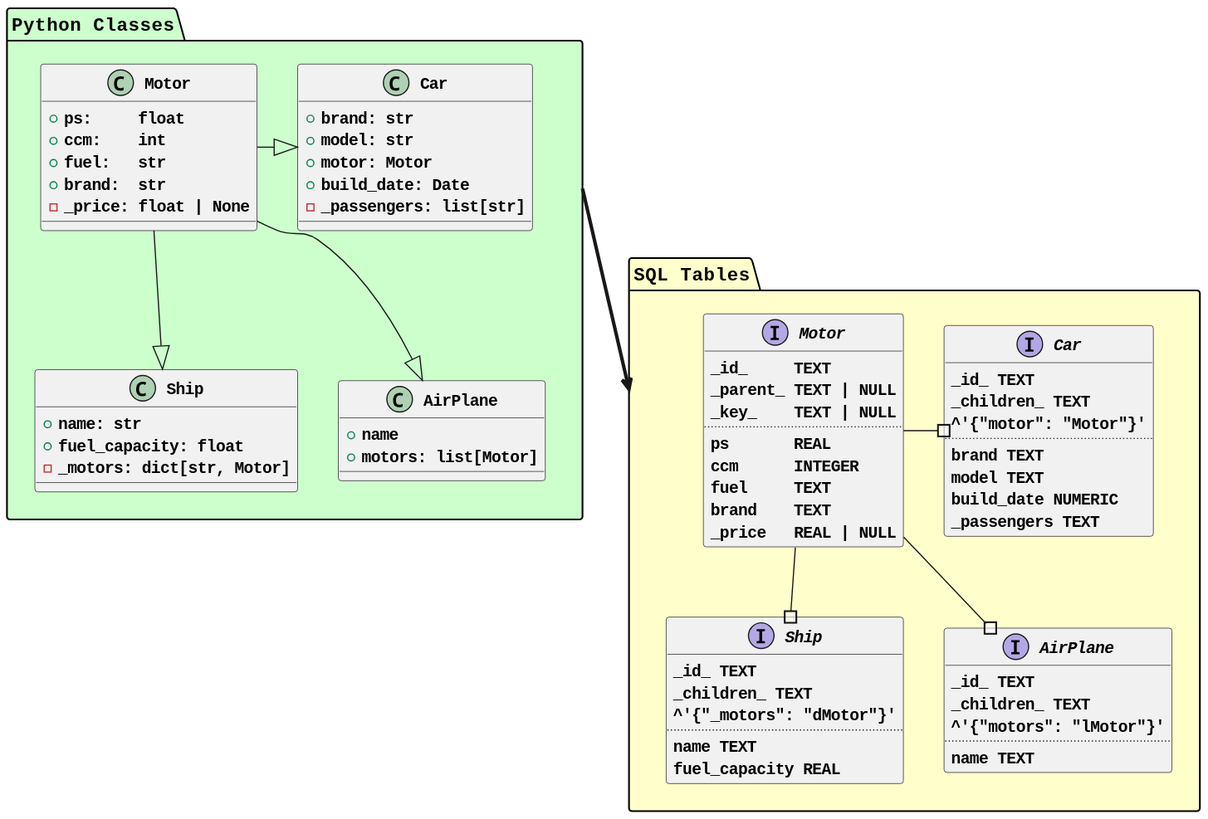
NeoSecundus/PyODB keeps this PlantUML diagram as docs/img/conversion_example.svg. Above is the earlier version. The source it was exported from:
```plantuml
@startuml conversion_example

skinparam {
    DefaultFontName monospaced
    BackgroundColor #ffffff80
    ClassStereotypeFontStyle bold
    ClassFontStyle bold
    TitleFontSize 16
}

package "Python Classes" as Python #cfc {
    class Car {
        + brand: str
        + model: str
        + motor: Motor
        + build_date: Date
        - _passengers: list[str]
    }

    class Ship {
        + name: str
        + fuel_capacity: float
        - _motors: dict[str, Motor]
    }

    class AirPlane {
        + name
        + motors: list[Motor]
    }

    class Motor {
        + ps:     float
        + ccm:    int
        + fuel:   str
        + brand:  str
        - _price: float | None
    }

    Motor -right-|> Car
    Motor --|> Ship
    Motor --|> AirPlane
}

package "SQL Tables" as SQL #ffc {
    interface "Car" as TCar {
        _id_ TEXT
        _children_ TEXT
            ^'{"motor": "Motor"}'
        ..
        brand TEXT
        model TEXT
        build_date NUMERIC
        _passengers TEXT
    }

    interface "Ship" as TShip {
        _id_ TEXT
        _children_ TEXT
            ^'{"_motors": "dMotor"}'
        ..
        name TEXT
        fuel_capacity REAL
    }

    interface "AirPlane" as TAirPlane {
        _id_ TEXT
        _children_ TEXT
            ^'{"motors": "lMotor"}'
        ..
        name TEXT
    }

    interface "Motor" as TMotor {
        _id_     TEXT
        _parent_ TEXT | NULL
        _key_    TEXT | NULL
        ..
        ps       REAL
        ccm      INTEGER
        fuel     TEXT
        brand    TEXT
        _price   REAL | NULL
    }

    TMotor -right-# TCar
    TMotor --# TShip
    TMotor --# TAirPlane
}

Python -[thickness=3]up-> SQL

@enduml
```
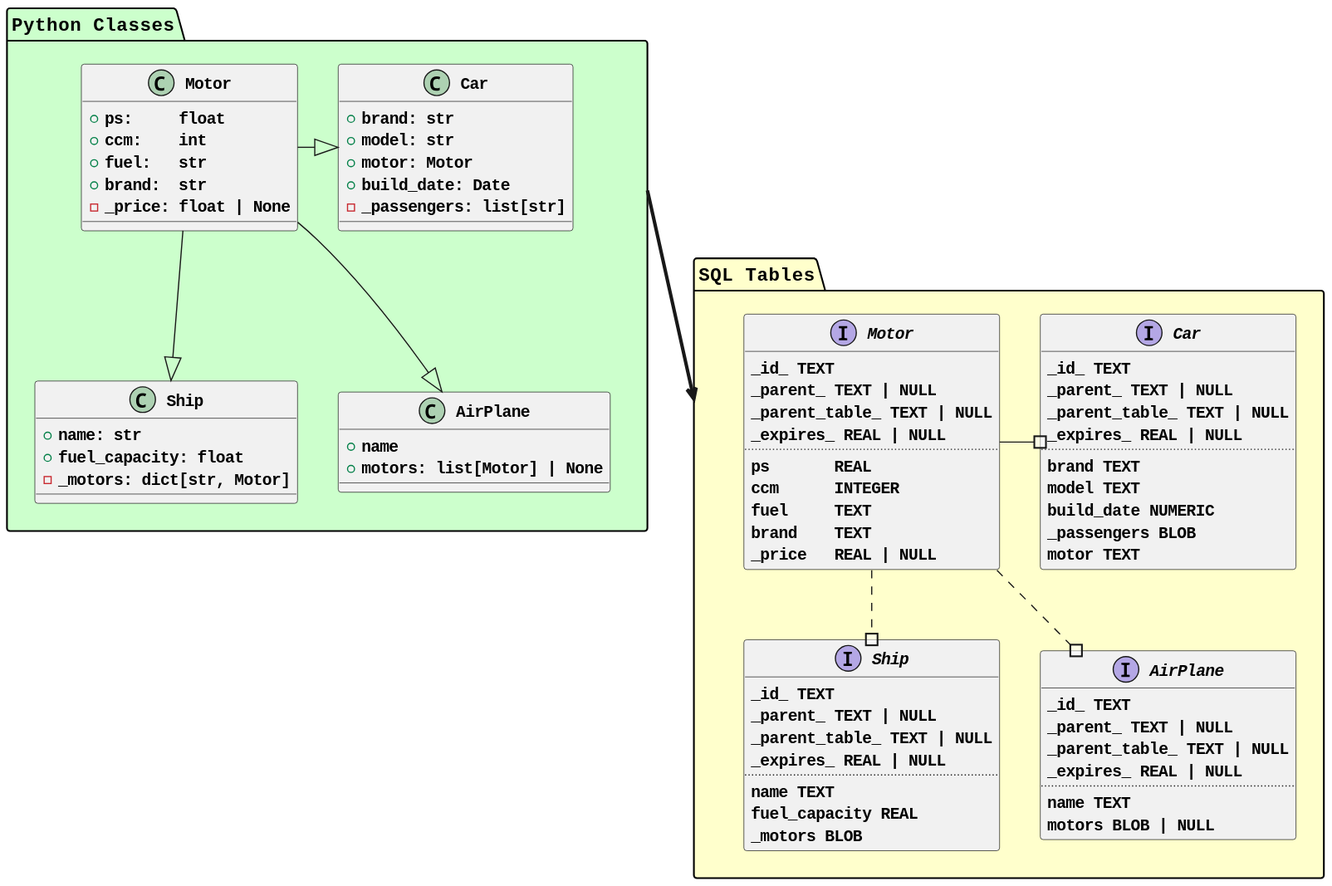
Later version of the same file.

What changed in the source:
```diff
@@ -25,7 +25,7 @@
 
     class AirPlane {
         + name
-        + motors: list[Motor]
+        + motors: list[Motor] | None
     }
 
     class Motor {
@@ -44,36 +44,43 @@
 package "SQL Tables" as SQL #ffc {
     interface "Car" as TCar {
         _id_ TEXT
-        _children_ TEXT
-            ^'{"motor": "Motor"}'
+        _parent_ TEXT | NULL
+        _parent_table_ TEXT | NULL
+        _expires_ REAL | NULL
         ..
         brand TEXT
         model TEXT
         build_date NUMERIC
-        _passengers TEXT
+        _passengers BLOB
+        motor TEXT
     }
 
     interface "Ship" as TShip {
         _id_ TEXT
-        _children_ TEXT
-            ^'{"_motors": "dMotor"}'
+        _parent_ TEXT | NULL
+        _parent_table_ TEXT | NULL
+        _expires_ REAL | NULL
         ..
         name TEXT
         fuel_capacity REAL
+        _motors BLOB
     }
 
     interface "AirPlane" as TAirPlane {
         _id_ TEXT
-        _children_ TEXT
-            ^'{"motors": "lMotor"}'
+        _parent_ TEXT | NULL
+        _parent_table_ TEXT | NULL
+        _expires_ REAL | NULL
         ..
         name TEXT
+        motors BLOB | NULL
     }
 
     interface "Motor" as TMotor {
-        _id_     TEXT
+        _id_ TEXT
         _parent_ TEXT | NULL
-        _key_    TEXT | NULL
+        _parent_table_ TEXT | NULL
+        _expires_ REAL | NULL
         ..
         ps       REAL
         ccm      INTEGER
@@ -83,8 +90,8 @@
     }
 
     TMotor -right-# TCar
-    TMotor --# TShip
-    TMotor --# TAirPlane
+    TMotor ..# TShip
+    TMotor ..# TAirPlane
 }
 
 Python -[thickness=3]up-> SQL
```
